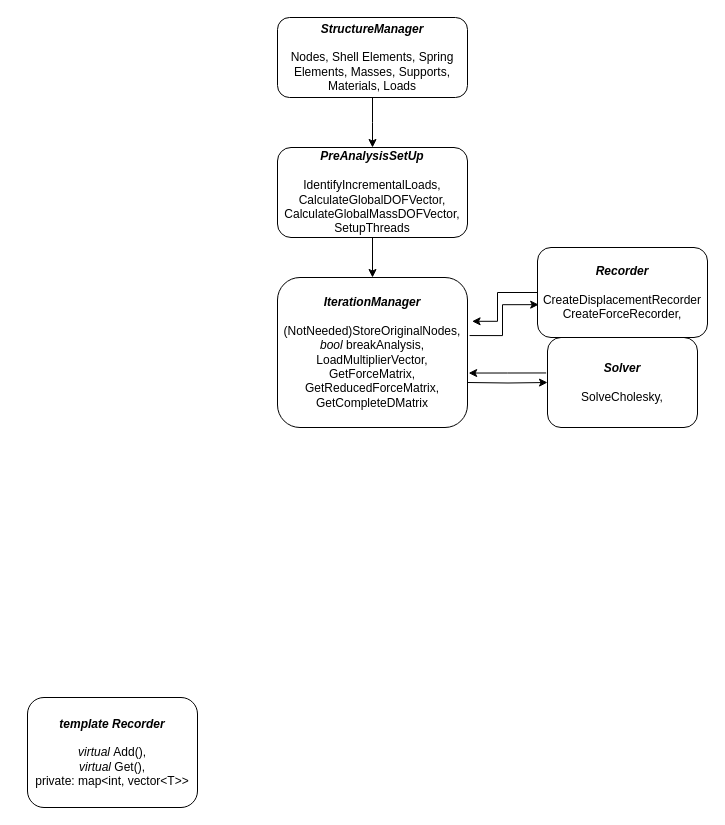
Before: CLTConsole_Flowchart.drawio in rsalgad/ConsoleFEM, a draw.io diagram. Source tidied: cells renumbered, new cells numbered last; positions are measured from the earlier drawing's top-left corner, leaving out a move shared by most shapes. Both pictures are drawn from the tidied source at 100%, with x=0, y=0 at pixel (27, 17).
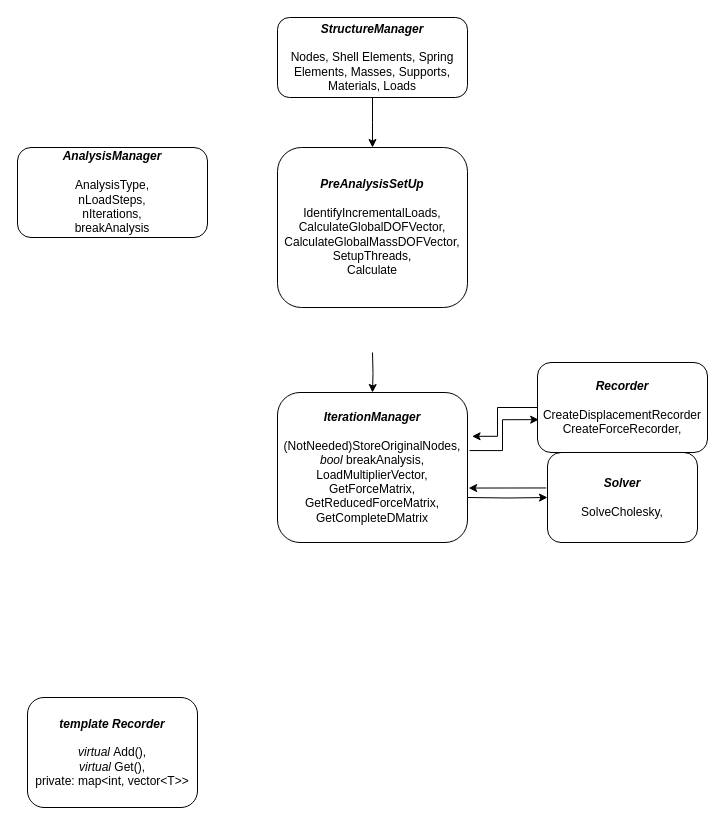
After the change.

Change to the diagram source:
```diff
@@
 <mxGraphModel>
   <root>
     <mxCell id="0" />
     <mxCell id="1" parent="0" />
     <mxCell id="2" style="edgeStyle=orthogonalEdgeStyle;rounded=0;jettySize=auto;html=1;" parent="1" edge="1" source="3">
       <mxGeometry relative="1" as="geometry">
         <mxPoint x="345" y="130" as="targetPoint" />
       </mxGeometry>
     </mxCell>
     <mxCell id="3" value="&lt;i&gt;&lt;b&gt;StructureManager&lt;/b&gt;&lt;br&gt;&lt;/i&gt;&lt;br&gt;Nodes, Shell Elements, Spring Elements, Masses, Supports, Materials, Loads" style="rounded=1;whiteSpace=wrap;html=1;" parent="1" vertex="1">
       <mxGeometry x="250" width="190" height="80" as="geometry" />
     </mxCell>
-    <mxCell id="4" style="edgeStyle=orthogonalEdgeStyle;rounded=0;jettySize=auto;html=1;" parent="1" edge="1" source="5" target="8">
-      <mxGeometry relative="1" as="geometry" />
+    <mxCell id="4" style="edgeStyle=orthogonalEdgeStyle;rounded=0;jettySize=auto;html=1;" parent="1" edge="1" target="8">
+      <mxGeometry relative="1" as="geometry">
+        <mxPoint x="345" y="335" as="sourcePoint" />
+      </mxGeometry>
     </mxCell>
-    <mxCell id="5" value="&lt;i style=&quot;font-weight: bold&quot;&gt;PreAnalysisSetUp&lt;/i&gt;&lt;br&gt;&lt;br&gt;IdentifyIncrementalLoads, CalculateGlobalDOFVector, CalculateGlobalMassDOFVector,&lt;br&gt;SetupThreads" style="rounded=1;whiteSpace=wrap;html=1;" parent="1" vertex="1">
-      <mxGeometry x="250" y="130" width="190" height="90" as="geometry" />
+    <mxCell id="5" value="&lt;i style=&quot;font-weight: bold&quot;&gt;PreAnalysisSetUp&lt;/i&gt;&lt;br&gt;&lt;br&gt;IdentifyIncrementalLoads, CalculateGlobalDOFVector, CalculateGlobalMassDOFVector,&lt;br&gt;SetupThreads,&lt;br&gt;Calculate" style="rounded=1;whiteSpace=wrap;html=1;" parent="1" vertex="1">
+      <mxGeometry x="250" y="130" width="190" height="160" as="geometry" />
     </mxCell>
     <mxCell id="6" style="edgeStyle=orthogonalEdgeStyle;rounded=0;jettySize=auto;html=1;" parent="1" edge="1" target="10">
       <mxGeometry relative="1" as="geometry">
-        <mxPoint x="440" y="365" as="sourcePoint" />
+        <mxPoint x="440" y="480" as="sourcePoint" />
       </mxGeometry>
     </mxCell>
     <mxCell id="7" style="edgeStyle=orthogonalEdgeStyle;rounded=0;jettySize=auto;html=1;entryX=0.007;entryY=0.635;entryDx=0;entryDy=0;exitX=1.011;exitY=0.387;exitDx=0;exitDy=0;exitPerimeter=0;entryPerimeter=0;" parent="1" edge="1" source="8" target="12">
       <mxGeometry relative="1" as="geometry" />
     </mxCell>
     <mxCell id="8" value="&lt;i style=&quot;font-weight: bold&quot;&gt;IterationManager&lt;/i&gt;&lt;br&gt;&lt;br&gt;(NotNeeded)StoreOriginalNodes,&lt;br&gt;&lt;i&gt;bool&lt;/i&gt;&amp;nbsp;breakAnalysis,&lt;br&gt;LoadMultiplierVector,&lt;br&gt;GetForceMatrix,&lt;br&gt;GetReducedForceMatrix,&lt;br&gt;GetCompleteDMatrix" style="rounded=1;whiteSpace=wrap;html=1;" parent="1" vertex="1">
-      <mxGeometry x="250" y="260" width="190" height="150" as="geometry" />
+      <mxGeometry x="250" y="375" width="190" height="150" as="geometry" />
     </mxCell>
     <mxCell id="9" style="edgeStyle=orthogonalEdgeStyle;rounded=0;jettySize=auto;html=1;entryX=1.006;entryY=0.637;entryDx=0;entryDy=0;entryPerimeter=0;exitX=-0.009;exitY=0.394;exitDx=0;exitDy=0;exitPerimeter=0;" parent="1" edge="1" source="10" target="8">
       <mxGeometry relative="1" as="geometry" />
     </mxCell>
     <mxCell id="10" value="&lt;i style=&quot;font-weight: bold&quot;&gt;Solver&lt;/i&gt;&lt;br&gt;&lt;br&gt;SolveCholesky," style="rounded=1;whiteSpace=wrap;html=1;" parent="1" vertex="1">
-      <mxGeometry x="520" y="320" width="150" height="90" as="geometry" />
+      <mxGeometry x="520" y="435" width="150" height="90" as="geometry" />
     </mxCell>
     <mxCell id="11" style="edgeStyle=orthogonalEdgeStyle;rounded=0;jettySize=auto;html=1;entryX=1.024;entryY=0.292;entryDx=0;entryDy=0;entryPerimeter=0;" parent="1" edge="1" source="12" target="8">
       <mxGeometry relative="1" as="geometry">
         <Array as="points">
-          <mxPoint x="470" y="275" />
-          <mxPoint x="470" y="304" />
+          <mxPoint x="470" y="390" />
+          <mxPoint x="470" y="419" />
         </Array>
       </mxGeometry>
     </mxCell>
     <mxCell id="12" value="&lt;i style=&quot;font-weight: bold&quot;&gt;Recorder&lt;/i&gt;&lt;br&gt;&lt;br&gt;CreateDisplacementRecorder&lt;br&gt;CreateForceRecorder," style="rounded=1;whiteSpace=wrap;html=1;" parent="1" vertex="1">
-      <mxGeometry x="510" y="230" width="170" height="90" as="geometry" />
+      <mxGeometry x="510" y="345" width="170" height="90" as="geometry" />
     </mxCell>
     <mxCell id="13" value="&lt;i style=&quot;font-weight: bold&quot;&gt;template Recorder&lt;/i&gt;&lt;br&gt;&lt;br&gt;&lt;i&gt;virtual&lt;/i&gt;&amp;nbsp;Add(),&lt;br&gt;&lt;i&gt;virtual&lt;/i&gt; Get(),&lt;br&gt;private: map&amp;lt;int, vector&amp;lt;T&amp;gt;&amp;gt;" style="rounded=1;whiteSpace=wrap;html=1;" parent="1" vertex="1">
       <mxGeometry y="680" width="170" height="110" as="geometry" />
     </mxCell>
+    <mxCell id="14" value="&lt;i style=&quot;font-weight: bold&quot;&gt;AnalysisManager&lt;/i&gt;&lt;br&gt;&lt;br&gt;AnalysisType,&lt;br&gt;nLoadSteps,&lt;br&gt;nIterations,&lt;br&gt;breakAnalysis" style="rounded=1;whiteSpace=wrap;html=1;" parent="1" vertex="1">
+      <mxGeometry x="-10" y="130" width="190" height="90" as="geometry" />
+    </mxCell>
   </root>
 </mxGraphModel>
```
